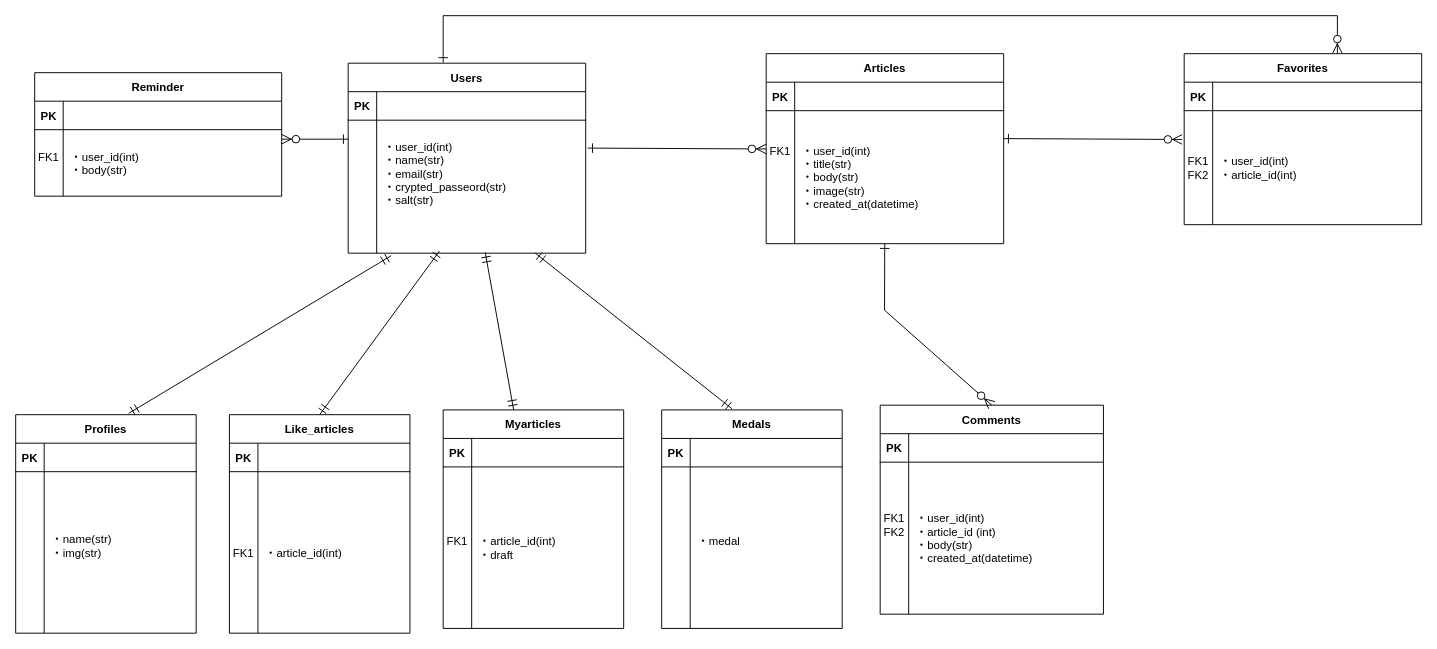
s17w09/Entity-Relationship-Diagram keeps this draw.io diagram as 名称未設定ファイル.drawio. Above is the earlier version. Source tidied: cells renumbered, new cells numbered last; positions are measured from the earlier drawing's top-left corner, leaving out a move shared by most shapes. Both pictures are drawn from the tidied source at 95%, with x=0, y=0 at pixel (15, 15).
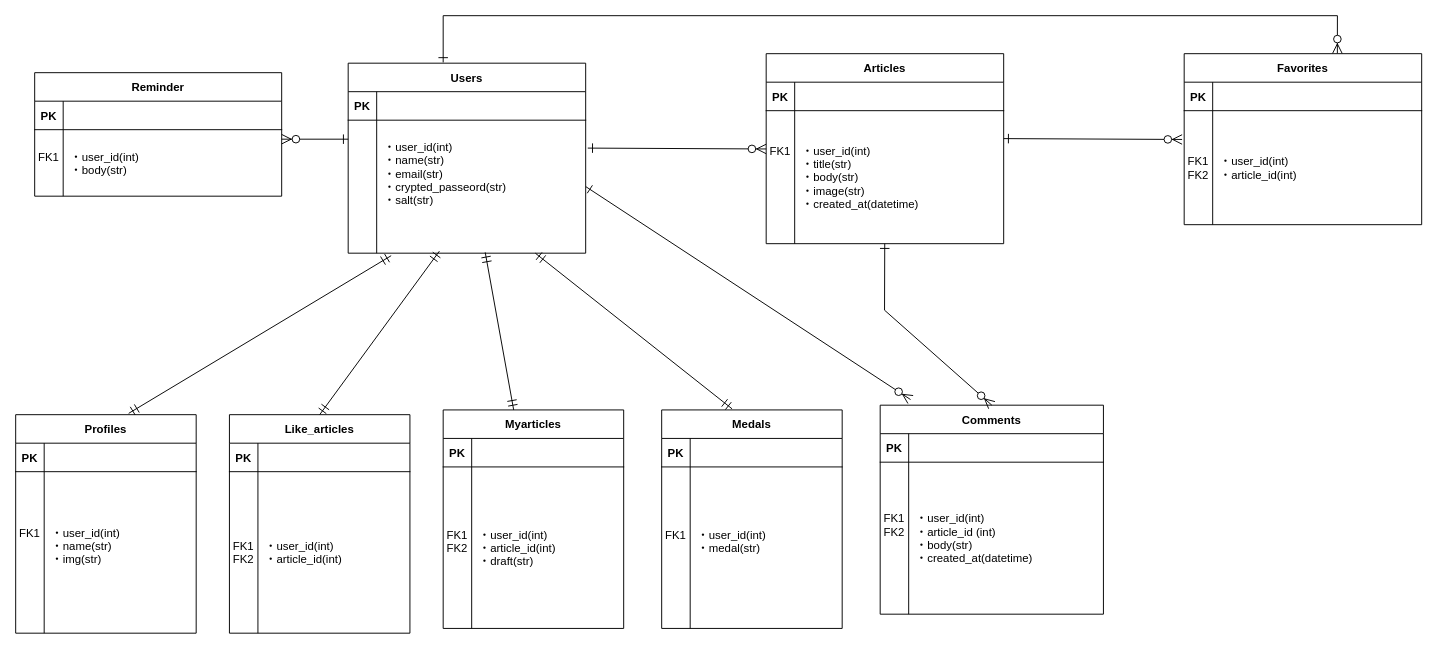
Above is the later version.

Commit message:
名称未設定ファイル.drawio を更新します

Unchanged cells that the change refers to:
```xml
<mxCell id="30" value="Comments" style="shape=table;startSize=30;childLayout=tableLayout;rowLines=0;fontStyle=1;align=center;" parent="1" vertex="1">
  <mxGeometry x="910" y="410" width="235" height="220" as="geometry" />
</mxCell>
<mxCell id="41" style="shape=partialRectangle;fillColor=none;top=0;left=0;right=0;bottom=0;" parent="37" vertex="1">
  <mxGeometry y="60" width="190" height="170" as="geometry" />
</mxCell>
<mxCell id="54" style="shape=partialRectangle;fillColor=none;top=0;left=0;right=0;bottom=0;" parent="50" vertex="1">
  <mxGeometry y="60" width="190" height="170" as="geometry" />
</mxCell>
<mxCell id="61" style="shape=partialRectangle;fillColor=none;top=0;left=0;right=0;bottom=0;" parent="57" vertex="1">
  <mxGeometry y="60" width="190" height="170" as="geometry" />
</mxCell>
<mxCell id="68" style="shape=partialRectangle;fillColor=none;top=0;left=0;right=0;bottom=0;" parent="64" vertex="1">
  <mxGeometry y="60" width="190" height="170" as="geometry" />
</mxCell>
```

Diff of the diagram source:
```diff
@@
-    <mxCell id="42" style="shape=partialRectangle;overflow=hidden;fillColor=none;top=0;left=0;bottom=0;right=0;" parent="41" vertex="1">
+    <mxCell id="42" value="FK1&#10;&#10;&#10;" style="shape=partialRectangle;overflow=hidden;fillColor=none;top=0;left=0;bottom=0;right=0;" parent="41" vertex="1">
       <mxGeometry width="30" height="170" as="geometry" />
     </mxCell>
-    <mxCell id="43" value="・name(str)&#10;・img(str)&#10;" style="shape=partialRectangle;overflow=hidden;fillColor=none;top=0;left=0;bottom=0;right=0;align=left;spacingLeft=6;" parent="41" vertex="1">
+    <mxCell id="43" value="・user_id(int)&#10;・name(str)&#10;・img(str)&#10;" style="shape=partialRectangle;overflow=hidden;fillColor=none;top=0;left=0;bottom=0;right=0;align=left;spacingLeft=6;" parent="41" vertex="1">
       <mxGeometry x="30" width="160" height="170" as="geometry" />
     </mxCell>
@@
-    <mxCell id="55" value="FK1" style="shape=partialRectangle;overflow=hidden;fillColor=none;top=0;left=0;bottom=0;right=0;" parent="54" vertex="1">
+    <mxCell id="55" value="FK1&#10;FK2" style="shape=partialRectangle;overflow=hidden;fillColor=none;top=0;left=0;bottom=0;right=0;" parent="54" vertex="1">
       <mxGeometry width="30" height="170" as="geometry" />
     </mxCell>
-    <mxCell id="56" value="・article_id(int)" style="shape=partialRectangle;overflow=hidden;fillColor=none;top=0;left=0;bottom=0;right=0;align=left;spacingLeft=6;" parent="54" vertex="1">
+    <mxCell id="56" value="・user_id(int)&#10;・article_id(int)" style="shape=partialRectangle;overflow=hidden;fillColor=none;top=0;left=0;bottom=0;right=0;align=left;spacingLeft=6;" parent="54" vertex="1">
       <mxGeometry x="30" width="160" height="170" as="geometry" />
     </mxCell>
@@
-    <mxCell id="62" value="FK1&#10;" style="shape=partialRectangle;overflow=hidden;fillColor=none;top=0;left=0;bottom=0;right=0;" parent="61" vertex="1">
+    <mxCell id="62" value="FK1&#10;FK2&#10;" style="shape=partialRectangle;overflow=hidden;fillColor=none;top=0;left=0;bottom=0;right=0;" parent="61" vertex="1">
       <mxGeometry width="30" height="170" as="geometry" />
     </mxCell>
-    <mxCell id="63" value="・article_id(int)&#10;・draft" style="shape=partialRectangle;overflow=hidden;fillColor=none;top=0;left=0;bottom=0;right=0;align=left;spacingLeft=6;" parent="61" vertex="1">
+    <mxCell id="63" value="・user_id(int)&#10;・article_id(int)&#10;・draft(str)" style="shape=partialRectangle;overflow=hidden;fillColor=none;top=0;left=0;bottom=0;right=0;align=left;spacingLeft=6;" parent="61" vertex="1">
       <mxGeometry x="30" width="160" height="170" as="geometry" />
     </mxCell>
@@
-    <mxCell id="69" style="shape=partialRectangle;overflow=hidden;fillColor=none;top=0;left=0;bottom=0;right=0;" parent="68" vertex="1">
+    <mxCell id="69" value="FK1&#10;&#10;" style="shape=partialRectangle;overflow=hidden;fillColor=none;top=0;left=0;bottom=0;right=0;" parent="68" vertex="1">
       <mxGeometry width="30" height="170" as="geometry" />
     </mxCell>
-    <mxCell id="70" value="・medal&#10;" style="shape=partialRectangle;overflow=hidden;fillColor=none;top=0;left=0;bottom=0;right=0;align=left;spacingLeft=6;" parent="68" vertex="1">
+    <mxCell id="70" value="・user_id(int)&#10;・medal(str)&#10;" style="shape=partialRectangle;overflow=hidden;fillColor=none;top=0;left=0;bottom=0;right=0;align=left;spacingLeft=6;" parent="68" vertex="1">
       <mxGeometry x="30" width="160" height="170" as="geometry" />
     </mxCell>
@@
+    <mxCell id="74" style="fontSize=12;html=1;endArrow=ERzeroToMany;startArrow=ERone;rounded=0;startSize=8;endSize=8;elbow=vertical;startFill=0;entryX=0.136;entryY=-0.027;entryDx=0;entryDy=0;exitX=1;exitY=0.5;exitDx=0;exitDy=0;entryPerimeter=0;" parent="1" edge="1" target="30">
+      <mxGeometry relative="1" as="geometry">
+        <mxPoint x="600.2" y="180" as="sourcePoint" />
+      </mxGeometry>
+    </mxCell>
```
